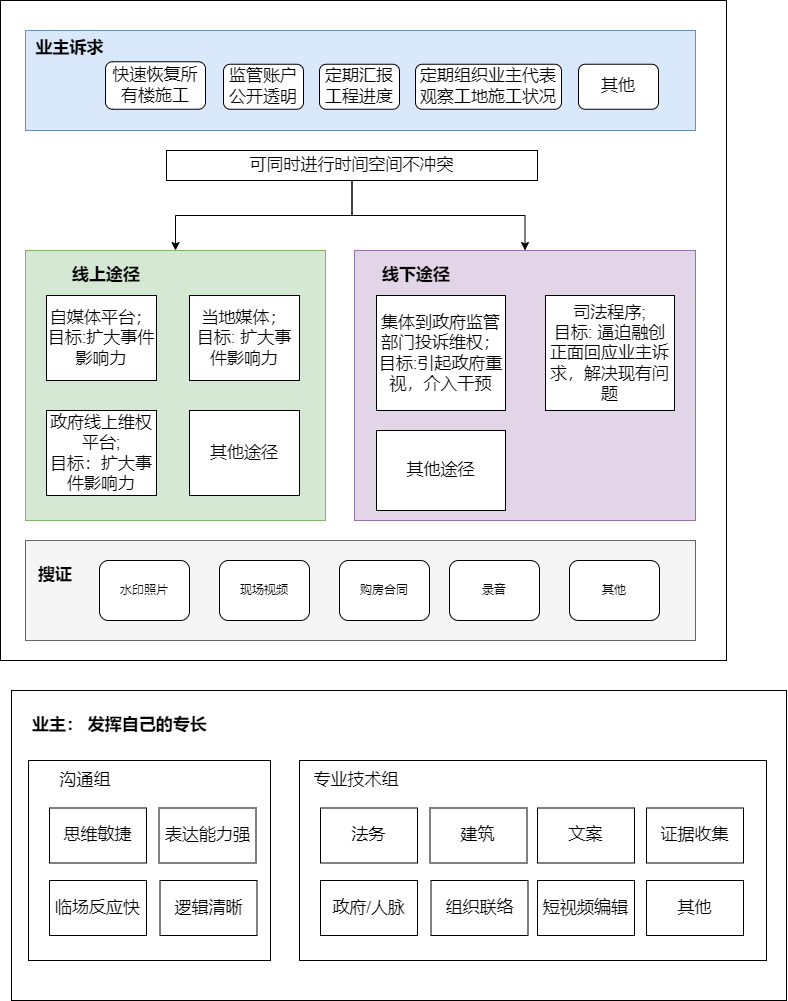
The draw.io diagram rcyhcyDK6-safeguardRights.png in GitHeP/diagrams, before a commit. Source tidied: cells renumbered, new cells last; positions are measured from the earlier drawing's top-left corner, leaving out a move shared by most shapes.
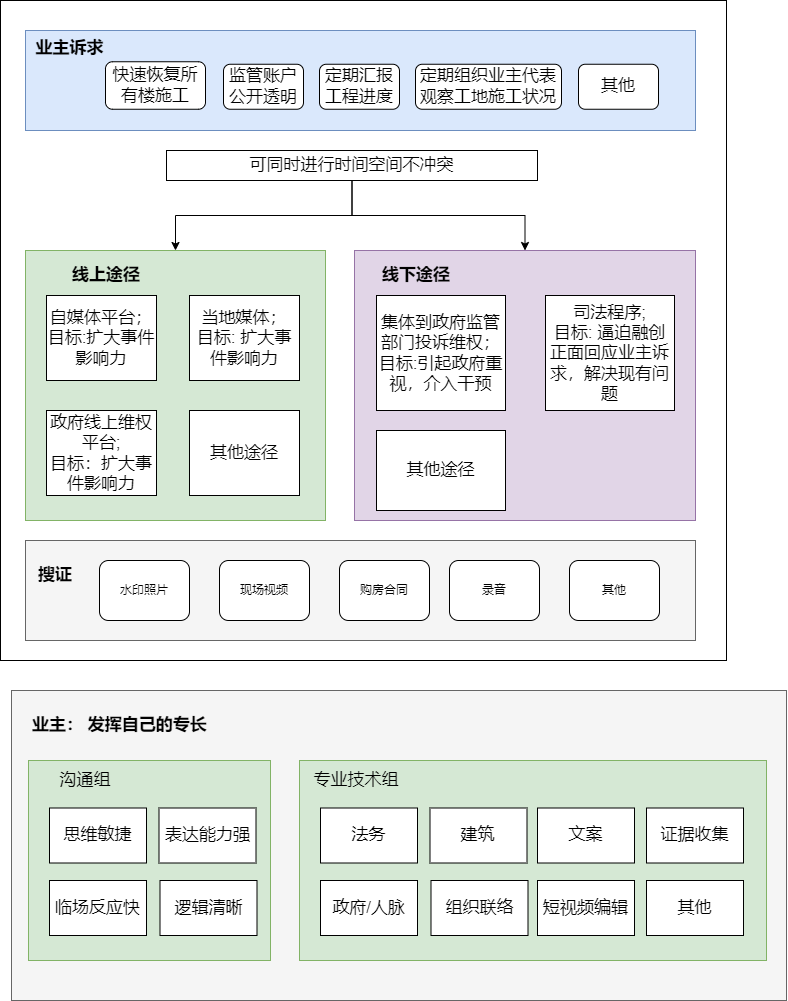
The same diagram one commit later.

What changed in the source:
```diff
@@ -89,13 +89,13 @@
     <mxCell id="30" value="可同时进行时间空间不冲突" style="rounded=0;whiteSpace=wrap;html=1;fontSize=17;" parent="1" vertex="1">
       <mxGeometry x="166" y="150" width="371" height="30" as="geometry" />
     </mxCell>
-    <mxCell id="31" style="rounded=0;whiteSpace=wrap;html=1;fontSize=17;" parent="1" vertex="1">
+    <mxCell id="31" style="rounded=0;whiteSpace=wrap;html=1;fontSize=17;fillColor=#f5f5f5;fontColor=#333333;strokeColor=#666666;" parent="1" vertex="1">
       <mxGeometry x="11" y="690" width="775" height="310" as="geometry" />
     </mxCell>
     <mxCell id="32" value="&lt;b&gt;业主： 发挥自己的专长&lt;/b&gt;" style="text;html=1;strokeColor=none;fillColor=none;align=left;verticalAlign=middle;whiteSpace=wrap;rounded=0;fontSize=17;" parent="1" vertex="1">
       <mxGeometry x="30" y="710" width="216" height="30" as="geometry" />
     </mxCell>
-    <mxCell id="33" style="rounded=0;whiteSpace=wrap;html=1;fontSize=17;" parent="1" vertex="1">
+    <mxCell id="33" style="rounded=0;whiteSpace=wrap;html=1;fontSize=17;fillColor=#d5e8d4;strokeColor=#82b366;" parent="1" vertex="1">
       <mxGeometry x="28" y="760" width="242" height="200" as="geometry" />
     </mxCell>
     <mxCell id="34" value="思维敏捷" style="rounded=0;whiteSpace=wrap;html=1;fontSize=17;" parent="1" vertex="1">
@@ -113,7 +113,7 @@
     <mxCell id="38" value="临场反应快" style="rounded=0;whiteSpace=wrap;html=1;fontSize=17;" parent="1" vertex="1">
       <mxGeometry x="49" y="880" width="97" height="55" as="geometry" />
     </mxCell>
-    <mxCell id="39" style="rounded=0;whiteSpace=wrap;html=1;fontSize=17;" parent="1" vertex="1">
+    <mxCell id="39" style="rounded=0;whiteSpace=wrap;html=1;fontSize=17;fillColor=#d5e8d4;strokeColor=#82b366;" parent="1" vertex="1">
       <mxGeometry x="299" y="760" width="467" height="200" as="geometry" />
     </mxCell>
     <mxCell id="40" value="法务" style="rounded=0;whiteSpace=wrap;html=1;fontSize=17;" parent="1" vertex="1">
```
